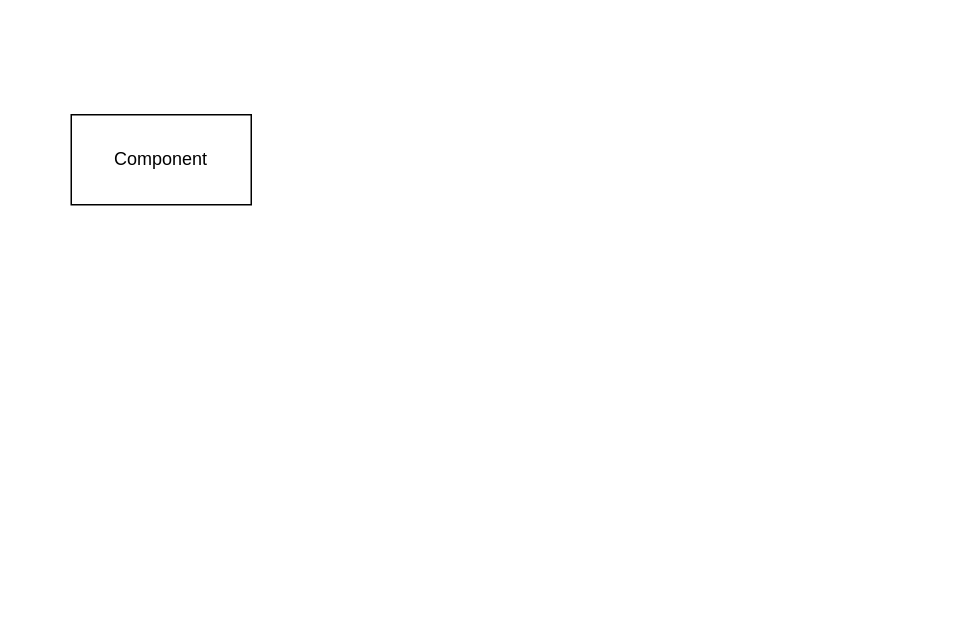
The draw.io diagram page "Состояние" (7 of 7) of TictacToe.drawio in OlegRnd/tic-tac-toe, before the edit. Source tidied: cells renumbered, new cells numbered last; positions are measured from the earlier drawing's top-left corner, leaving out a move shared by most shapes. Both pictures are drawn from the tidied source at 150%, with x=0, y=0 at pixel (70, 114).
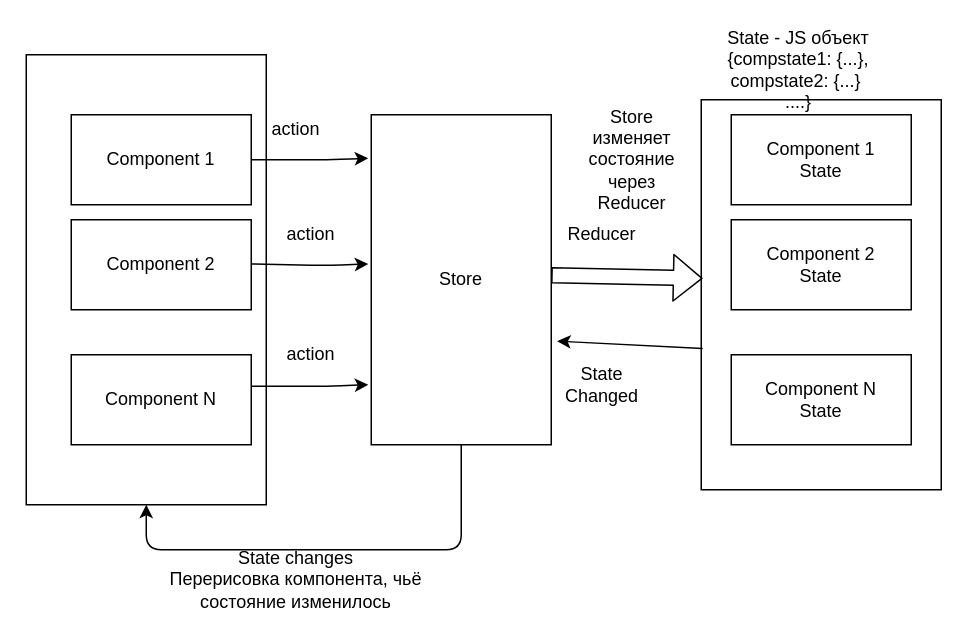
The same diagram, later.

Diff of the diagram source:
```diff
@@
-    <mxCell id="2" value="Component" style="rounded=0;whiteSpace=wrap;html=1;fillColor=none;" parent="1" vertex="1">
+    <mxCell id="2" value="Component 1" style="rounded=0;whiteSpace=wrap;html=1;fillColor=none;" parent="1" vertex="1">
       <mxGeometry width="120" height="60" as="geometry" />
     </mxCell>
+    <mxCell id="3" value="Component 2" style="rounded=0;whiteSpace=wrap;html=1;fillColor=none;" parent="1" vertex="1">
+      <mxGeometry y="70" width="120" height="60" as="geometry" />
+    </mxCell>
+    <mxCell id="4" value="Component&amp;nbsp;N" style="rounded=0;whiteSpace=wrap;html=1;fillColor=none;" parent="1" vertex="1">
+      <mxGeometry y="160" width="120" height="60" as="geometry" />
+    </mxCell>
+    <mxCell id="5" value="Store" style="rounded=0;whiteSpace=wrap;html=1;" parent="1" vertex="1">
+      <mxGeometry x="200" width="120" height="220" as="geometry" />
+    </mxCell>
+    <mxCell id="6" value="Component 1&lt;br&gt;State" style="rounded=0;whiteSpace=wrap;html=1;fillColor=none;" parent="1" vertex="1">
+      <mxGeometry x="440" width="120" height="60" as="geometry" />
+    </mxCell>
+    <mxCell id="7" value="Component 2&lt;br&gt;State" style="rounded=0;whiteSpace=wrap;html=1;fillColor=none;" parent="1" vertex="1">
+      <mxGeometry x="440" y="70" width="120" height="60" as="geometry" />
+    </mxCell>
+    <mxCell id="8" value="Component&amp;nbsp;N&lt;br&gt;State" style="rounded=0;whiteSpace=wrap;html=1;fillColor=none;" parent="1" vertex="1">
+      <mxGeometry x="440" y="160" width="120" height="60" as="geometry" />
+    </mxCell>
+    <mxCell id="9" style="endArrow=classic;html=1;entryX=-0.017;entryY=0.132;entryDx=0;entryDy=0;entryPerimeter=0;" parent="1" edge="1" target="5">
+      <mxGeometry relative="1" as="geometry">
+        <mxPoint x="120" y="30" as="sourcePoint" />
+        <Array as="points">
+          <mxPoint x="170" y="30" />
+        </Array>
+      </mxGeometry>
+    </mxCell>
+    <mxCell id="10" style="endArrow=classic;html=1;entryX=-0.017;entryY=0.132;entryDx=0;entryDy=0;entryPerimeter=0;" parent="1" edge="1">
+      <mxGeometry relative="1" as="geometry">
+        <mxPoint x="120" y="99.5" as="sourcePoint" />
+        <mxPoint x="198" y="99.5" as="targetPoint" />
+        <Array as="points">
+          <mxPoint x="170" y="100.5" />
+        </Array>
+      </mxGeometry>
+    </mxCell>
+    <mxCell id="11" style="endArrow=classic;html=1;entryX=-0.017;entryY=0.132;entryDx=0;entryDy=0;entryPerimeter=0;" parent="1" edge="1">
+      <mxGeometry relative="1" as="geometry">
+        <mxPoint x="120" y="181" as="sourcePoint" />
+        <mxPoint x="198" y="180" as="targetPoint" />
+        <Array as="points">
+          <mxPoint x="170" y="181" />
+        </Array>
+      </mxGeometry>
+    </mxCell>
+    <mxCell id="12" style="rounded=0;whiteSpace=wrap;html=1;fillColor=none;" parent="1" vertex="1">
+      <mxGeometry x="420" y="-10" width="160" height="260" as="geometry" />
+    </mxCell>
+    <mxCell id="13" value="State - JS объект {compstate1: {...}, compstate2: {...}&amp;nbsp; ....}" style="text;html=1;strokeColor=none;fillColor=none;align=center;verticalAlign=middle;whiteSpace=wrap;rounded=0;" parent="1" vertex="1">
+      <mxGeometry x="430" y="-40" width="110" height="20" as="geometry" />
+    </mxCell>
+    <mxCell id="14" value="action" style="text;html=1;strokeColor=none;fillColor=none;align=center;verticalAlign=middle;whiteSpace=wrap;rounded=0;" parent="1" vertex="1">
+      <mxGeometry x="130" width="40" height="20" as="geometry" />
+    </mxCell>
+    <mxCell id="15" value="action" style="text;html=1;strokeColor=none;fillColor=none;align=center;verticalAlign=middle;whiteSpace=wrap;rounded=0;" parent="1" vertex="1">
+      <mxGeometry x="140" y="70" width="40" height="20" as="geometry" />
+    </mxCell>
+    <mxCell id="16" value="action" style="text;html=1;strokeColor=none;fillColor=none;align=center;verticalAlign=middle;whiteSpace=wrap;rounded=0;" parent="1" vertex="1">
+      <mxGeometry x="140" y="150" width="40" height="20" as="geometry" />
+    </mxCell>
+    <mxCell id="17" style="shape=flexArrow;endArrow=classic;html=1;exitX=1.025;exitY=0.532;exitDx=0;exitDy=0;exitPerimeter=0;entryX=0.006;entryY=0.458;entryDx=0;entryDy=0;entryPerimeter=0;" parent="1" edge="1" target="12">
+      <mxGeometry relative="1" as="geometry">
+        <mxPoint x="320" y="107" as="sourcePoint" />
+      </mxGeometry>
+    </mxCell>
+    <mxCell id="18" value="Reducer" style="text;html=1;strokeColor=none;fillColor=none;align=center;verticalAlign=middle;whiteSpace=wrap;rounded=0;" parent="1" vertex="1">
+      <mxGeometry x="334" y="70" width="40" height="20" as="geometry" />
+    </mxCell>
+    <mxCell id="19" value="Store изменяет состояние через Reducer" style="text;html=1;strokeColor=none;fillColor=none;align=center;verticalAlign=middle;whiteSpace=wrap;rounded=0;" parent="1" vertex="1">
+      <mxGeometry x="353.5" y="20" width="40" height="20" as="geometry" />
+    </mxCell>
+    <mxCell id="20" style="endArrow=classic;html=1;exitX=0.006;exitY=0.638;exitDx=0;exitDy=0;exitPerimeter=0;entryX=1.033;entryY=0.686;entryDx=0;entryDy=0;entryPerimeter=0;" parent="1" edge="1" source="12" target="5">
+      <mxGeometry relative="1" as="geometry" />
+    </mxCell>
+    <mxCell id="21" value="State Changed" style="text;html=1;strokeColor=none;fillColor=none;align=center;verticalAlign=middle;whiteSpace=wrap;rounded=0;" parent="1" vertex="1">
+      <mxGeometry x="334" y="170" width="40" height="20" as="geometry" />
+    </mxCell>
+    <mxCell id="22" style="endArrow=classic;html=1;exitX=0.5;exitY=1;exitDx=0;exitDy=0;entryX=0.5;entryY=1;entryDx=0;entryDy=0;" parent="1" edge="1" source="5" target="23">
+      <mxGeometry relative="1" as="geometry">
+        <Array as="points">
+          <mxPoint x="260" y="290" />
+          <mxPoint x="50" y="290" />
+        </Array>
+      </mxGeometry>
+    </mxCell>
+    <mxCell id="23" style="rounded=0;whiteSpace=wrap;html=1;fillColor=none;" parent="1" vertex="1">
+      <mxGeometry x="-30" y="-40" width="160" height="300" as="geometry" />
+    </mxCell>
+    <mxCell id="24" value="State changes&lt;br&gt;Перерисовка компонента, чьё состояние изменилось" style="text;html=1;strokeColor=none;fillColor=none;align=center;verticalAlign=middle;whiteSpace=wrap;rounded=0;" parent="1" vertex="1">
+      <mxGeometry x="60" y="300" width="180" height="20" as="geometry" />
+    </mxCell>
```
